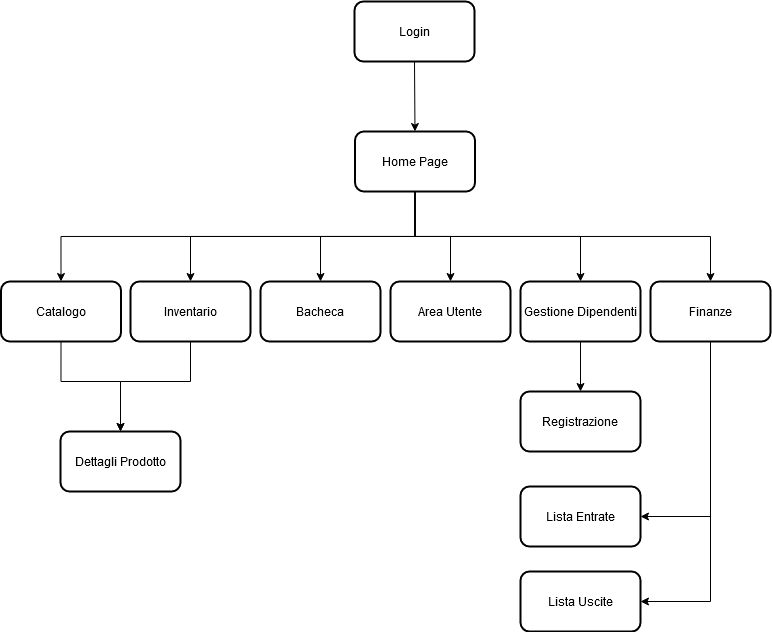
The draw.io diagram Bozze/Diagramma Navigazione.png in Carmineh/IT-Manager, before a commit. Source tidied: cells renumbered, new cells last; positions are measured from the earlier drawing's top-left corner, leaving out a move shared by most shapes.
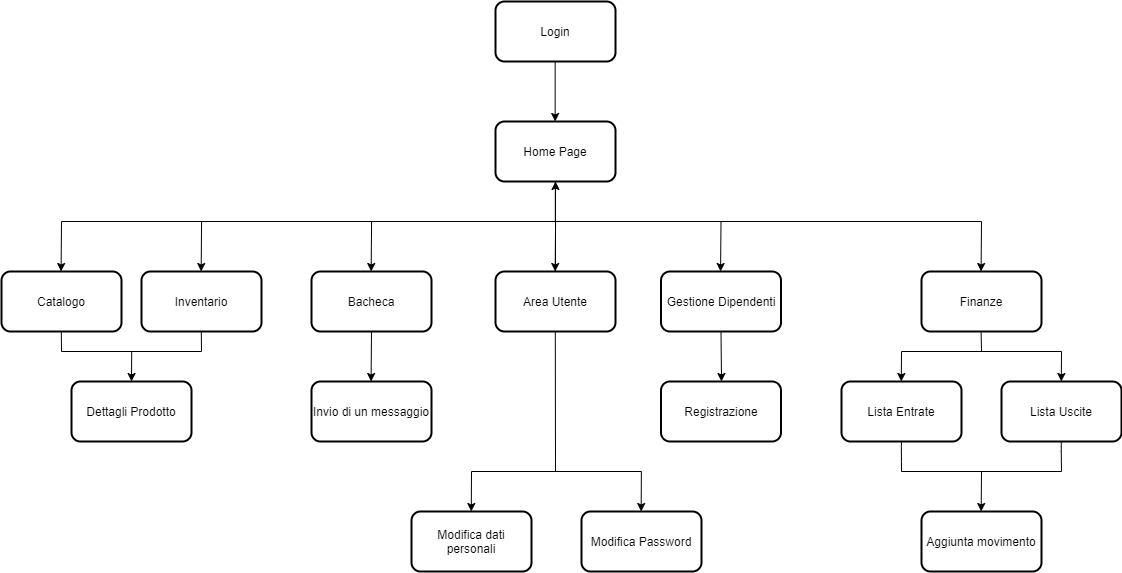
The same file after the commit.

Commit message:
Modifica diagramma navigazione

What changed in the source:
```diff
@@ -3,99 +3,221 @@
     <mxCell id="0" />
     <mxCell id="1" parent="0" />
     <mxCell id="2" value="Login" style="rounded=1;whiteSpace=wrap;html=1;strokeWidth=2;" parent="1" vertex="1">
-      <mxGeometry x="354" width="120" height="60" as="geometry" />
+      <mxGeometry x="534" y="-70" width="120" height="60" as="geometry" />
     </mxCell>
-    <mxCell id="3" style="edgeStyle=orthogonalEdgeStyle;rounded=0;jettySize=auto;html=1;entryX=0.5;entryY=0;entryDx=0;entryDy=0;" parent="1" edge="1" source="9" target="11">
-      <mxGeometry relative="1" as="geometry">
-        <Array as="points">
-          <mxPoint x="415" y="235" />
-          <mxPoint x="61" y="235" />
-        </Array>
-      </mxGeometry>
-    </mxCell>
-    <mxCell id="4" style="edgeStyle=orthogonalEdgeStyle;rounded=0;jettySize=auto;html=1;exitX=0.5;exitY=1;exitDx=0;exitDy=0;entryX=0.5;entryY=0;entryDx=0;entryDy=0;" parent="1" edge="1" source="9" target="14">
-      <mxGeometry relative="1" as="geometry" />
-    </mxCell>
-    <mxCell id="5" style="edgeStyle=orthogonalEdgeStyle;rounded=0;jettySize=auto;html=1;exitX=0.5;exitY=1;exitDx=0;exitDy=0;" parent="1" edge="1" source="9" target="21">
-      <mxGeometry relative="1" as="geometry" />
-    </mxCell>
-    <mxCell id="6" style="edgeStyle=orthogonalEdgeStyle;rounded=0;jettySize=auto;html=1;exitX=0.5;exitY=1;exitDx=0;exitDy=0;entryX=0.5;entryY=0;entryDx=0;entryDy=0;" parent="1" edge="1" source="9" target="20">
-      <mxGeometry relative="1" as="geometry" />
-    </mxCell>
-    <mxCell id="7" style="edgeStyle=orthogonalEdgeStyle;rounded=0;jettySize=auto;html=1;exitX=0.5;exitY=1;exitDx=0;exitDy=0;" parent="1" edge="1" source="9" target="17">
-      <mxGeometry relative="1" as="geometry" />
-    </mxCell>
-    <mxCell id="8" style="edgeStyle=orthogonalEdgeStyle;rounded=0;jettySize=auto;html=1;exitX=0.5;exitY=1;exitDx=0;exitDy=0;" parent="1" edge="1" source="9" target="12">
-      <mxGeometry relative="1" as="geometry" />
-    </mxCell>
     <mxCell id="9" value="Home Page" style="rounded=1;whiteSpace=wrap;html=1;strokeWidth=2;" parent="1" vertex="1">
-      <mxGeometry x="354.5" y="130" width="120" height="60" as="geometry" />
+      <mxGeometry x="534" y="50" width="120" height="60" as="geometry" />
     </mxCell>
-    <mxCell id="10" style="edgeStyle=orthogonalEdgeStyle;rounded=0;jettySize=auto;html=1;exitX=0.5;exitY=1;exitDx=0;exitDy=0;" parent="1" edge="1" source="11" target="15">
-      <mxGeometry relative="1" as="geometry">
-        <Array as="points">
-          <mxPoint x="60" y="380" />
-          <mxPoint x="120" y="380" />
-        </Array>
-      </mxGeometry>
-    </mxCell>
     <mxCell id="11" value="Catalogo" style="rounded=1;whiteSpace=wrap;html=1;strokeWidth=2;" parent="1" vertex="1">
-      <mxGeometry x="0.5" y="280" width="120" height="60" as="geometry" />
+      <mxGeometry x="40" y="200" width="120" height="60" as="geometry" />
     </mxCell>
+    <mxCell id="26" style="edgeStyle=orthogonalEdgeStyle;rounded=1;jettySize=auto;html=1;" parent="1" edge="1" source="12" target="9">
+      <mxGeometry relative="1" as="geometry" />
+    </mxCell>
     <mxCell id="12" value="Area Utente" style="rounded=1;whiteSpace=wrap;html=1;strokeWidth=2;" parent="1" vertex="1">
-      <mxGeometry x="390" y="280" width="120" height="60" as="geometry" />
+      <mxGeometry x="534" y="200" width="120" height="60" as="geometry" />
     </mxCell>
-    <mxCell id="13" style="edgeStyle=orthogonalEdgeStyle;rounded=0;jettySize=auto;html=1;exitX=0.5;exitY=1;exitDx=0;exitDy=0;entryX=0.5;entryY=0;entryDx=0;entryDy=0;" parent="1" edge="1" source="14" target="15">
-      <mxGeometry relative="1" as="geometry">
-        <Array as="points">
-          <mxPoint x="190" y="380" />
-          <mxPoint x="120" y="380" />
-        </Array>
-      </mxGeometry>
-    </mxCell>
     <mxCell id="14" value="Inventario" style="rounded=1;whiteSpace=wrap;html=1;strokeWidth=2;" parent="1" vertex="1">
-      <mxGeometry x="130" y="280" width="120" height="60" as="geometry" />
+      <mxGeometry x="180" y="200" width="120" height="60" as="geometry" />
     </mxCell>
     <mxCell id="15" value="Dettagli Prodotto" style="rounded=1;whiteSpace=wrap;html=1;strokeWidth=2;" parent="1" vertex="1">
-      <mxGeometry x="60" y="430" width="120" height="60" as="geometry" />
+      <mxGeometry x="110" y="310" width="120" height="60" as="geometry" />
     </mxCell>
-    <mxCell id="16" style="edgeStyle=orthogonalEdgeStyle;rounded=0;jettySize=auto;html=1;exitX=0.5;exitY=1;exitDx=0;exitDy=0;entryX=0.5;entryY=0;entryDx=0;entryDy=0;" parent="1" edge="1" source="17" target="23">
-      <mxGeometry relative="1" as="geometry" />
-    </mxCell>
     <mxCell id="17" value="Gestione Dipendenti" style="rounded=1;whiteSpace=wrap;html=1;strokeWidth=2;" parent="1" vertex="1">
-      <mxGeometry x="520" y="280" width="120" height="60" as="geometry" />
+      <mxGeometry x="699.5" y="200" width="120" height="60" as="geometry" />
     </mxCell>
-    <mxCell id="18" style="edgeStyle=orthogonalEdgeStyle;rounded=0;jettySize=auto;html=1;entryX=1;entryY=0.5;entryDx=0;entryDy=0;" parent="1" edge="1" source="20" target="24">
-      <mxGeometry relative="1" as="geometry">
-        <Array as="points">
-          <mxPoint x="710" y="515" />
-        </Array>
-      </mxGeometry>
-    </mxCell>
-    <mxCell id="19" style="edgeStyle=orthogonalEdgeStyle;rounded=0;jettySize=auto;html=1;entryX=1;entryY=0.5;entryDx=0;entryDy=0;" parent="1" edge="1" source="20" target="25">
-      <mxGeometry relative="1" as="geometry">
-        <Array as="points">
-          <mxPoint x="710" y="600" />
-        </Array>
-      </mxGeometry>
-    </mxCell>
     <mxCell id="20" value="Finanze" style="rounded=1;whiteSpace=wrap;html=1;strokeWidth=2;" parent="1" vertex="1">
-      <mxGeometry x="650" y="280" width="120" height="60" as="geometry" />
+      <mxGeometry x="960" y="200" width="120" height="60" as="geometry" />
     </mxCell>
     <mxCell id="21" value="Bacheca" style="rounded=1;whiteSpace=wrap;html=1;strokeWidth=2;" parent="1" vertex="1">
-      <mxGeometry x="260" y="280" width="120" height="60" as="geometry" />
+      <mxGeometry x="350" y="200" width="120" height="60" as="geometry" />
     </mxCell>
-    <mxCell id="22" style="endArrow=classic;html=1;exitX=0.5;exitY=1;exitDx=0;exitDy=0;entryX=0.5;entryY=0;entryDx=0;entryDy=0;" parent="1" edge="1" source="2" target="9">
-      <mxGeometry relative="1" as="geometry" />
-    </mxCell>
     <mxCell id="23" value="Registrazione" style="rounded=1;whiteSpace=wrap;html=1;strokeWidth=2;" parent="1" vertex="1">
-      <mxGeometry x="520" y="390" width="120" height="60" as="geometry" />
+      <mxGeometry x="699.5" y="310" width="120" height="60" as="geometry" />
     </mxCell>
     <mxCell id="24" value="Lista Entrate" style="rounded=1;whiteSpace=wrap;html=1;strokeWidth=2;" parent="1" vertex="1">
-      <mxGeometry x="520" y="485" width="120" height="60" as="geometry" />
+      <mxGeometry x="880" y="310" width="120" height="60" as="geometry" />
     </mxCell>
     <mxCell id="25" value="Lista Uscite" style="rounded=1;whiteSpace=wrap;html=1;strokeWidth=2;" parent="1" vertex="1">
-      <mxGeometry x="520" y="570" width="120" height="60" as="geometry" />
+      <mxGeometry x="1040" y="310" width="120" height="60" as="geometry" />
     </mxCell>
+    <mxCell id="27" value="Invio di un messaggio" style="rounded=1;whiteSpace=wrap;html=1;strokeWidth=2;" parent="1" vertex="1">
+      <mxGeometry x="350" y="310" width="120" height="60" as="geometry" />
+    </mxCell>
+    <mxCell id="28" value="Modifica dati personali" style="rounded=1;whiteSpace=wrap;html=1;strokeWidth=2;" parent="1" vertex="1">
+      <mxGeometry x="450" y="440" width="120" height="60" as="geometry" />
+    </mxCell>
+    <mxCell id="29" value="Modifica Password" style="rounded=1;whiteSpace=wrap;html=1;strokeWidth=2;" parent="1" vertex="1">
+      <mxGeometry x="620" y="440" width="120" height="60" as="geometry" />
+    </mxCell>
+    <mxCell id="30" value="Aggiunta movimento" style="rounded=1;whiteSpace=wrap;html=1;strokeWidth=2;" parent="1" vertex="1">
+      <mxGeometry x="960" y="440" width="120" height="60" as="geometry" />
+    </mxCell>
+    <mxCell id="31" style="endArrow=classic;html=1;" parent="1" edge="1">
+      <mxGeometry relative="1" as="geometry">
+        <mxPoint x="593.7" y="-10" as="sourcePoint" />
+        <mxPoint x="593.7" y="50" as="targetPoint" />
+      </mxGeometry>
+    </mxCell>
+    <mxCell id="32" style="endArrow=none;html=1;" parent="1" edge="1">
+      <mxGeometry relative="1" as="geometry">
+        <mxPoint x="593.8" y="150" as="sourcePoint" />
+        <mxPoint x="593.8" y="110" as="targetPoint" />
+      </mxGeometry>
+    </mxCell>
+    <mxCell id="33" style="endArrow=none;html=1;" parent="1" edge="1">
+      <mxGeometry relative="1" as="geometry">
+        <mxPoint x="1020" y="150" as="sourcePoint" />
+        <mxPoint x="100" y="150" as="targetPoint" />
+      </mxGeometry>
+    </mxCell>
+    <mxCell id="34" style="endArrow=classic;html=1;" parent="1" edge="1">
+      <mxGeometry relative="1" as="geometry">
+        <mxPoint x="100" y="150" as="sourcePoint" />
+        <mxPoint x="99.6" y="200" as="targetPoint" />
+      </mxGeometry>
+    </mxCell>
+    <mxCell id="35" style="endArrow=classic;html=1;" parent="1" edge="1">
+      <mxGeometry relative="1" as="geometry">
+        <mxPoint x="240.1" y="150" as="sourcePoint" />
+        <mxPoint x="239.7" y="200" as="targetPoint" />
+      </mxGeometry>
+    </mxCell>
+    <mxCell id="36" style="endArrow=classic;html=1;" parent="1" edge="1">
+      <mxGeometry relative="1" as="geometry">
+        <mxPoint x="410.1" y="150" as="sourcePoint" />
+        <mxPoint x="409.7" y="200" as="targetPoint" />
+      </mxGeometry>
+    </mxCell>
+    <mxCell id="37" style="endArrow=classic;html=1;" parent="1" edge="1">
+      <mxGeometry relative="1" as="geometry">
+        <mxPoint x="594.1" y="150" as="sourcePoint" />
+        <mxPoint x="593.7" y="200" as="targetPoint" />
+      </mxGeometry>
+    </mxCell>
+    <mxCell id="38" style="endArrow=classic;html=1;" parent="1" edge="1">
+      <mxGeometry relative="1" as="geometry">
+        <mxPoint x="759.5" y="150" as="sourcePoint" />
+        <mxPoint x="759.1" y="200" as="targetPoint" />
+      </mxGeometry>
+    </mxCell>
+    <mxCell id="39" style="endArrow=classic;html=1;" parent="1" edge="1">
+      <mxGeometry relative="1" as="geometry">
+        <mxPoint x="1020" y="150" as="sourcePoint" />
+        <mxPoint x="1019.6" y="200" as="targetPoint" />
+      </mxGeometry>
+    </mxCell>
+    <mxCell id="40" style="endArrow=none;html=1;" parent="1" edge="1">
+      <mxGeometry relative="1" as="geometry">
+        <mxPoint x="100" y="280" as="sourcePoint" />
+        <mxPoint x="99.8" y="260" as="targetPoint" />
+      </mxGeometry>
+    </mxCell>
+    <mxCell id="41" style="endArrow=none;html=1;" parent="1" edge="1">
+      <mxGeometry relative="1" as="geometry">
+        <mxPoint x="240" y="280" as="sourcePoint" />
+        <mxPoint x="239.8" y="260" as="targetPoint" />
+      </mxGeometry>
+    </mxCell>
+    <mxCell id="42" style="endArrow=none;html=1;" parent="1" edge="1">
+      <mxGeometry relative="1" as="geometry">
+        <mxPoint x="240" y="280" as="sourcePoint" />
+        <mxPoint x="100" y="280" as="targetPoint" />
+      </mxGeometry>
+    </mxCell>
+    <mxCell id="43" style="endArrow=classic;html=1;entryX=0.5;entryY=0;entryDx=0;entryDy=0;" parent="1" edge="1" target="15">
+      <mxGeometry relative="1" as="geometry">
+        <mxPoint x="170.2" y="280" as="sourcePoint" />
+      </mxGeometry>
+    </mxCell>
+    <mxCell id="44" style="endArrow=classic;html=1;" parent="1" edge="1">
+      <mxGeometry relative="1" as="geometry">
+        <mxPoint x="410" y="260" as="sourcePoint" />
+        <mxPoint x="409.6" y="310" as="targetPoint" />
+      </mxGeometry>
+    </mxCell>
+    <mxCell id="45" style="endArrow=none;html=1;" parent="1" edge="1">
+      <mxGeometry relative="1" as="geometry">
+        <mxPoint x="594" y="400" as="sourcePoint" />
+        <mxPoint x="593.8" y="260" as="targetPoint" />
+      </mxGeometry>
+    </mxCell>
+    <mxCell id="46" style="endArrow=none;html=1;" parent="1" edge="1">
+      <mxGeometry relative="1" as="geometry">
+        <mxPoint x="510" y="400" as="sourcePoint" />
+        <mxPoint x="680" y="400" as="targetPoint" />
+      </mxGeometry>
+    </mxCell>
+    <mxCell id="47" style="endArrow=classic;html=1;" parent="1" edge="1">
+      <mxGeometry relative="1" as="geometry">
+        <mxPoint x="510" y="400" as="sourcePoint" />
+        <mxPoint x="509.8" y="440" as="targetPoint" />
+      </mxGeometry>
+    </mxCell>
+    <mxCell id="48" style="endArrow=classic;html=1;" parent="1" edge="1">
+      <mxGeometry relative="1" as="geometry">
+        <mxPoint x="679.9" y="400" as="sourcePoint" />
+        <mxPoint x="679.7" y="440" as="targetPoint" />
+      </mxGeometry>
+    </mxCell>
+    <mxCell id="49" style="endArrow=classic;html=1;exitX=0.5;exitY=1;exitDx=0;exitDy=0;" parent="1" edge="1" source="17">
+      <mxGeometry relative="1" as="geometry">
+        <mxPoint x="760" y="310" as="targetPoint" />
+      </mxGeometry>
+    </mxCell>
+    <mxCell id="50" style="endArrow=none;html=1;" parent="1" edge="1">
+      <mxGeometry relative="1" as="geometry">
+        <mxPoint x="1020" y="280" as="sourcePoint" />
+        <mxPoint x="1019.6" y="260" as="targetPoint" />
+      </mxGeometry>
+    </mxCell>
+    <mxCell id="51" style="endArrow=none;html=1;" parent="1" edge="1">
+      <mxGeometry relative="1" as="geometry">
+        <mxPoint x="940" y="280" as="sourcePoint" />
+        <mxPoint x="1100" y="280" as="targetPoint" />
+      </mxGeometry>
+    </mxCell>
+    <mxCell id="52" style="endArrow=classic;html=1;" parent="1" edge="1">
+      <mxGeometry relative="1" as="geometry">
+        <mxPoint x="940" y="280" as="sourcePoint" />
+        <mxPoint x="939.8" y="310" as="targetPoint" />
+      </mxGeometry>
+    </mxCell>
+    <mxCell id="53" style="endArrow=classic;html=1;" parent="1" edge="1">
+      <mxGeometry relative="1" as="geometry">
+        <mxPoint x="1100" y="280" as="sourcePoint" />
+        <mxPoint x="1099.8" y="310" as="targetPoint" />
+      </mxGeometry>
+    </mxCell>
+    <mxCell id="54" style="endArrow=none;html=1;" parent="1" edge="1">
+      <mxGeometry relative="1" as="geometry">
+        <mxPoint x="1100" y="400" as="sourcePoint" />
+        <mxPoint x="940" y="400" as="targetPoint" />
+      </mxGeometry>
+    </mxCell>
+    <mxCell id="55" style="endArrow=classic;html=1;" parent="1" edge="1">
+      <mxGeometry relative="1" as="geometry">
+        <mxPoint x="1020" y="400" as="sourcePoint" />
+        <mxPoint x="1019.7" y="440" as="targetPoint" />
+      </mxGeometry>
+    </mxCell>
+    <mxCell id="56" style="endArrow=none;html=1;" parent="1" edge="1">
+      <mxGeometry relative="1" as="geometry">
+        <mxPoint x="940" y="400" as="sourcePoint" />
+        <mxPoint x="939.9" y="370" as="targetPoint" />
+        <Array as="points">
+          <mxPoint x="939.9" y="380" />
+        </Array>
+      </mxGeometry>
+    </mxCell>
+    <mxCell id="57" style="endArrow=none;html=1;" parent="1" edge="1">
+      <mxGeometry relative="1" as="geometry">
+        <mxPoint x="1100" y="400" as="sourcePoint" />
+        <mxPoint x="1099.8" y="370" as="targetPoint" />
+        <Array as="points">
+          <mxPoint x="1099.8" y="380" />
+        </Array>
+      </mxGeometry>
+    </mxCell>
   </root>
 </mxGraphModel>
```
